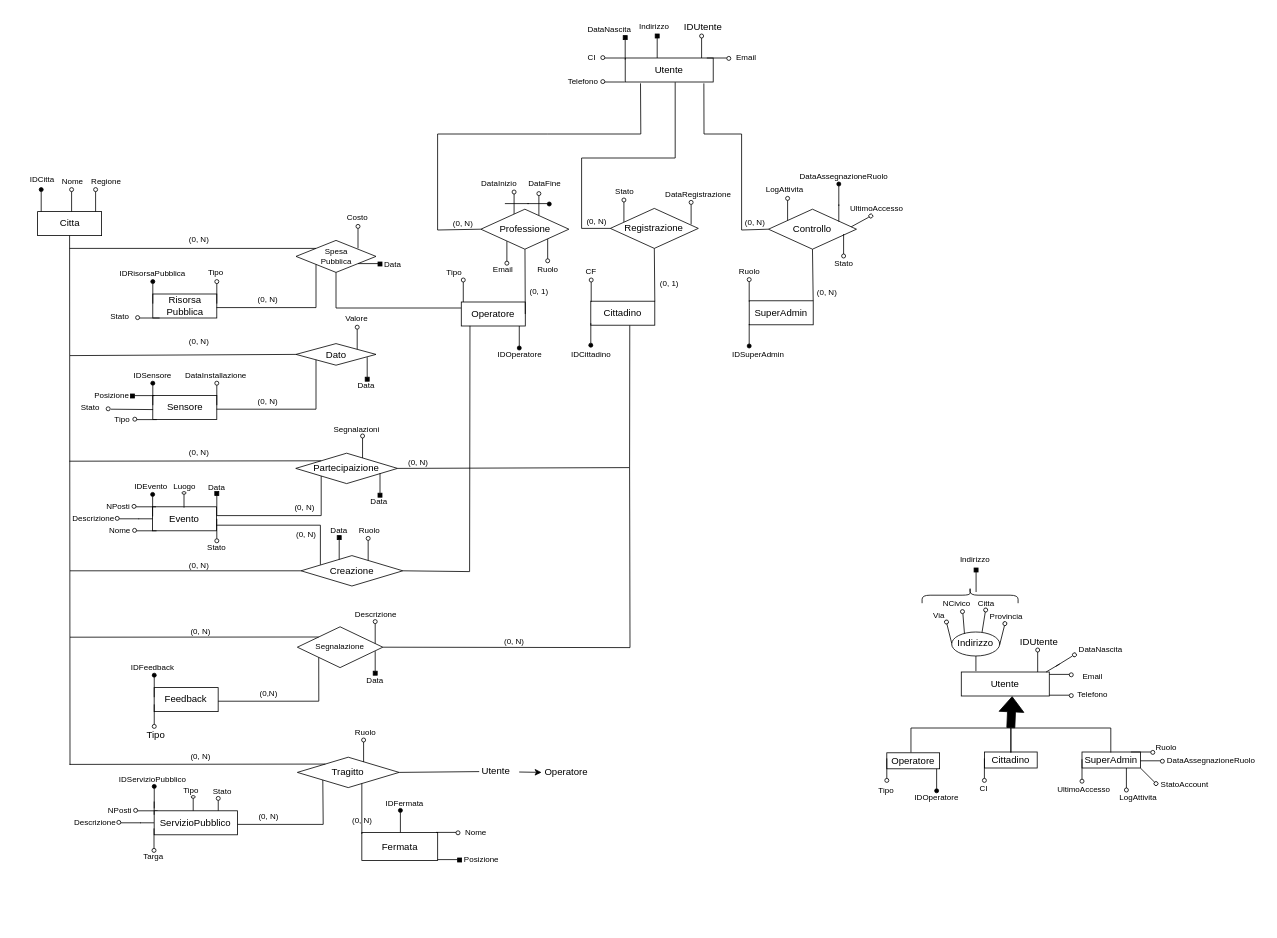
This is schema_concettuale.drawio from mattebest045/UrbanBrain, a draw.io file, before an edit. Source tidied: cells renumbered, new cells numbered last; positions are measured from the earlier drawing's top-left corner, leaving out a move shared by most shapes. Both pictures are drawn from the tidied source at 80%, with x=0, y=0 at pixel (14, 14).
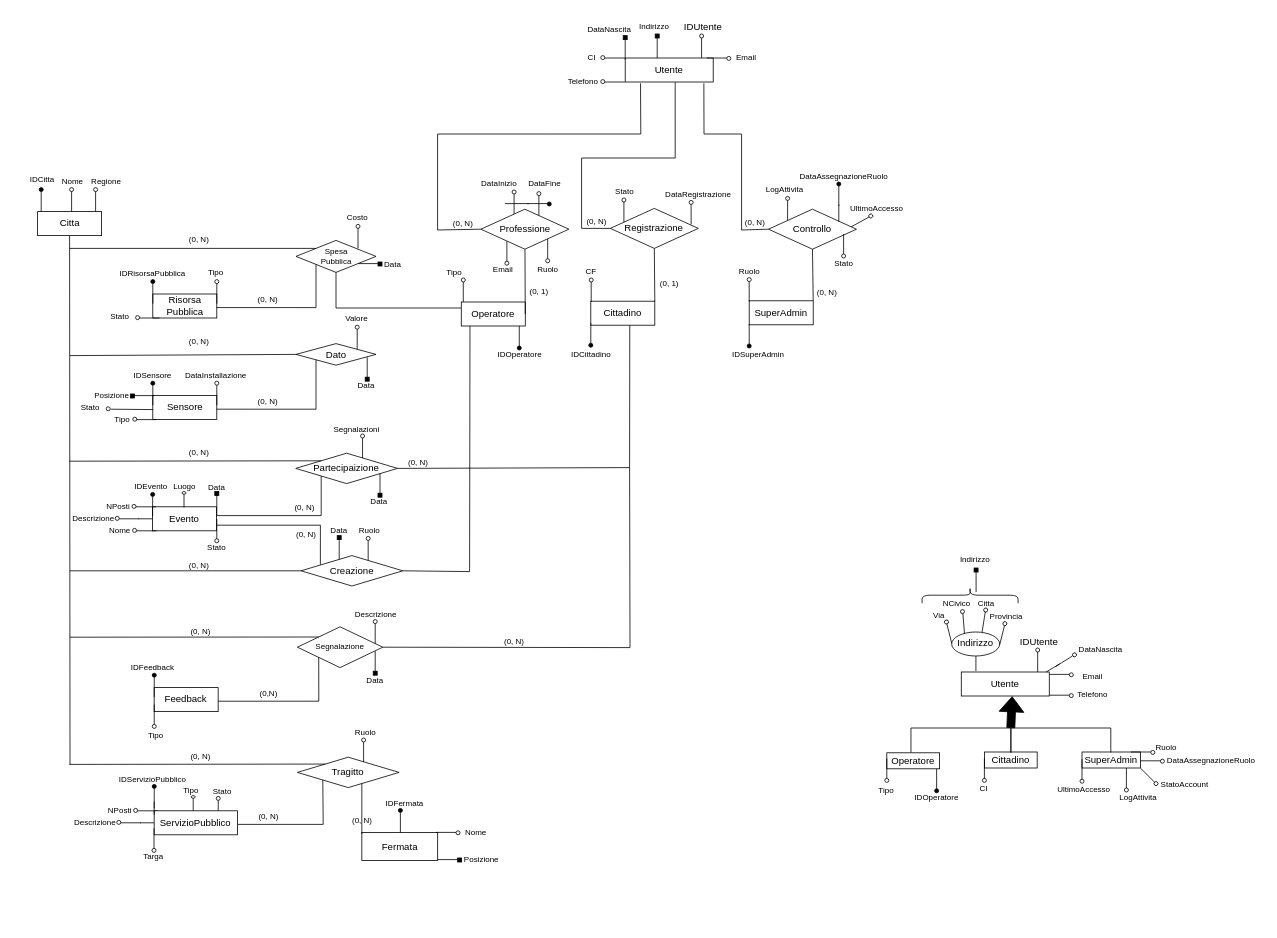
After the change.

Unchanged cells that the change refers to:
```xml
<mxCell id="191" value="&lt;div style=&quot;padding-top: 3px;&quot;&gt;&lt;span style=&quot;background-color: initial;&quot;&gt;Tragitto&lt;/span&gt;&lt;br&gt;&lt;/div&gt;" style="rhombus;whiteSpace=wrap;html=1;align=center;verticalAlign=top;fontFamily=Helvetica;fontSize=12;fontColor=default;fillColor=none;gradientColor=none;spacingTop=2;" parent="1" vertex="1">
  <mxGeometry x="354.2" y="929" width="127.2" height="38" as="geometry" />
</mxCell>
```

The edit, as a diff of the source:
```diff
@@
-    <mxCell id="206" style="endArrow=none;html=1;rounded=0;fontFamily=Helvetica;fontSize=12;fontColor=default;exitX=1;exitY=0.5;exitDx=0;exitDy=0;" parent="1" edge="1" source="191">
-      <mxGeometry relative="1" as="geometry">
-        <mxPoint x="581.5" y="947" as="targetPoint" />
-      </mxGeometry>
-    </mxCell>
-    <mxCell id="207" value="Utente" style="text;html=1;align=center;verticalAlign=middle;points=[];strokeColor=none;fillColor=none;fontFamily=Helvetica;fontSize=12;fontColor=default;" parent="1" vertex="1">
-      <mxGeometry x="571.5" y="932" width="60" height="30" as="geometry" />
-    </mxCell>
@@
-    <mxCell id="232" style="endArrow=classic;html=1;rounded=0;fontFamily=Helvetica;fontSize=12;fontColor=default;" parent="1" edge="1" source="207">
-      <mxGeometry relative="1" as="geometry">
-        <mxPoint x="659.5" y="948" as="targetPoint" />
-      </mxGeometry>
-    </mxCell>
-    <mxCell id="233" value="Operatore" style="text;html=1;align=center;verticalAlign=middle;strokeColor=none;fillColor=none;fontFamily=Helvetica;fontSize=12;fontColor=default;" parent="1" vertex="1">
-      <mxGeometry x="649.5" y="933" width="80" height="30" as="geometry" />
-    </mxCell>
@@
-    <mxCell id="366" value="Tipo" style="text;html=1;align=center;verticalAlign=middle;strokeColor=none;fillColor=none;" parent="1" vertex="1">
-      <mxGeometry x="151.8" y="887" width="50" height="30" as="geometry" />
+    <mxCell id="366" value="Tipo" style="text;html=1;align=center;verticalAlign=middle;strokeColor=none;fillColor=none;fontSize=10;" parent="1" vertex="1">
+      <mxGeometry x="156.8" y="887" width="40" height="30" as="geometry" />
     </mxCell>
```
